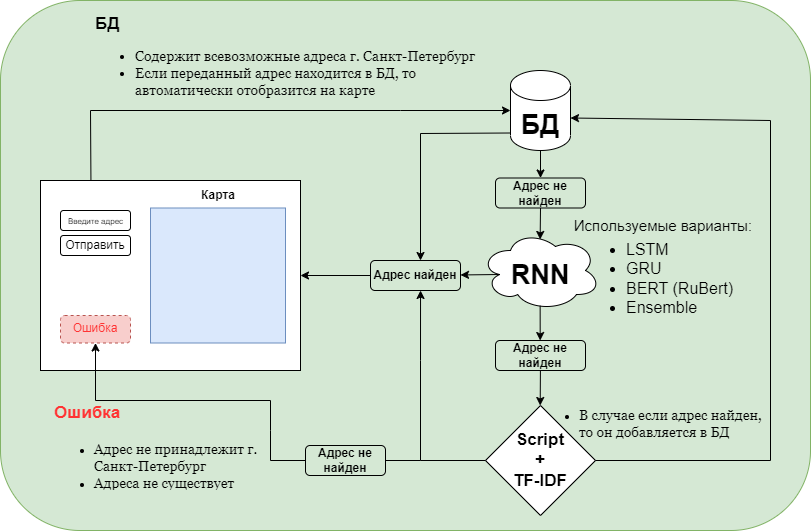
The draw.io diagram Scheme.png in VeryLittleAnna/hacks_ai, before a commit. Source tidied: cells renumbered, new cells last; positions are measured from the earlier drawing's top-left corner, leaving out a move shared by most shapes.
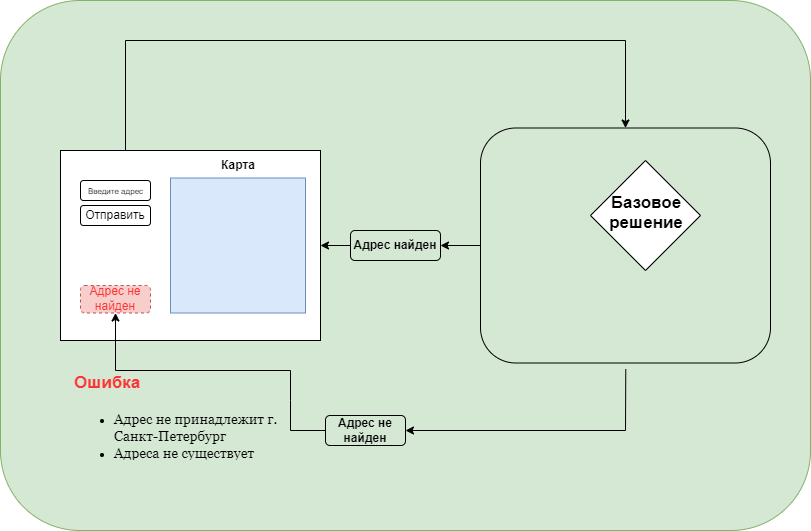
The same diagram one commit later.

The edit, as a diff of the source:
```diff
@@ -3,11 +3,8 @@
     <mxCell id="0" />
     <mxCell id="1" parent="0" />
     <mxCell id="2" style="rounded=1;whiteSpace=wrap;html=1;fillColor=#d5e8d4;strokeColor=#82b366;" parent="1" vertex="1">
-      <mxGeometry width="810" height="530" as="geometry" />
+      <mxGeometry x="-20" y="30" width="810" height="530" as="geometry" />
     </mxCell>
-    <mxCell id="3" style="shape=cylinder3;whiteSpace=wrap;html=1;boundedLbl=1;backgroundOutline=1;size=15;" parent="1" vertex="1">
-      <mxGeometry x="510" y="70" width="60" height="80" as="geometry" />
-    </mxCell>
     <mxCell id="4" style="rounded=0;whiteSpace=wrap;html=1;" parent="1" vertex="1">
       <mxGeometry x="40" y="180" width="260" height="190" as="geometry" />
     </mxCell>
@@ -32,119 +29,30 @@
     <mxCell id="11" style="rounded=1;whiteSpace=wrap;html=1;dashed=1;fillColor=#f8cecc;strokeColor=#b85450;" parent="1" vertex="1">
       <mxGeometry x="60" y="315" width="70" height="27.5" as="geometry" />
     </mxCell>
-    <mxCell id="12" value="&lt;font color=&quot;#ff3333&quot;&gt;Ошибка&lt;/font&gt;" style="text;html=1;strokeColor=none;fillColor=none;align=center;verticalAlign=middle;whiteSpace=wrap;rounded=0;" parent="1" vertex="1">
+    <mxCell id="12" value="&lt;font color=&quot;#ff3333&quot;&gt;Адрес не найден&lt;/font&gt;" style="text;html=1;strokeColor=none;fillColor=none;align=center;verticalAlign=middle;whiteSpace=wrap;rounded=0;" parent="1" vertex="1">
       <mxGeometry x="65" y="312.5" width="60" height="30" as="geometry" />
     </mxCell>
-    <mxCell id="13" value="&lt;font style=&quot;font-size: 27px;&quot;&gt;&lt;b&gt;БД&lt;/b&gt;&lt;/font&gt;" style="text;html=1;strokeColor=none;fillColor=none;align=center;verticalAlign=middle;whiteSpace=wrap;rounded=0;" parent="1" vertex="1">
-      <mxGeometry x="510" y="110" width="60" height="30" as="geometry" />
-    </mxCell>
-    <mxCell id="14" style="endArrow=classic;html=1;rounded=0;entryX=0;entryY=0;entryDx=0;entryDy=0;exitX=0.194;exitY=0;exitDx=0;exitDy=0;exitPerimeter=0;" parent="1" edge="1" source="4" target="13">
-      <mxGeometry relative="1" as="geometry">
-        <Array as="points">
-          <mxPoint x="90" y="110" />
-          <mxPoint x="400" y="110" />
-        </Array>
-      </mxGeometry>
-    </mxCell>
-    <mxCell id="15" value="&lt;h3&gt;&lt;font style=&quot;font-size: 17px;&quot;&gt;БД&lt;/font&gt;&lt;/h3&gt;&lt;h3 style=&quot;font-size: 14px;&quot;&gt;&lt;ul&gt;&lt;li&gt;&lt;span style=&quot;font-weight: normal;&quot;&gt;&lt;font style=&quot;font-size: 14px;&quot; face=&quot;Georgia&quot;&gt;Содержит всевозможные адреса г. Санкт-Петербург&lt;/font&gt;&lt;/span&gt;&lt;/li&gt;&lt;li&gt;&lt;span style=&quot;font-weight: normal;&quot;&gt;&lt;font style=&quot;font-size: 14px;&quot; face=&quot;Georgia&quot;&gt;Если переданный адрес находится в БД, то автоматически отобразится на карте&lt;/font&gt;&lt;/span&gt;&lt;/li&gt;&lt;/ul&gt;&lt;/h3&gt;&lt;p&gt;&lt;/p&gt;" style="text;html=1;strokeColor=none;fillColor=none;spacing=5;spacingTop=-20;whiteSpace=wrap;overflow=hidden;rounded=0;" parent="1" vertex="1">
-      <mxGeometry x="90" y="10" width="410" height="100" as="geometry" />
-    </mxCell>
-    <mxCell id="16" style="ellipse;shape=cloud;whiteSpace=wrap;html=1;" parent="1" vertex="1">
-      <mxGeometry x="480" y="230" width="120" height="80" as="geometry" />
-    </mxCell>
-    <mxCell id="17" value="&lt;font style=&quot;font-size: 27px;&quot;&gt;&lt;b&gt;RNN&lt;/b&gt;&lt;/font&gt;" style="text;html=1;strokeColor=none;fillColor=none;align=center;verticalAlign=middle;whiteSpace=wrap;rounded=0;" parent="1" vertex="1">
-      <mxGeometry x="510" y="260" width="60" height="30" as="geometry" />
-    </mxCell>
-    <mxCell id="18" style="endArrow=classic;html=1;rounded=0;exitX=0.5;exitY=1;exitDx=0;exitDy=0;entryX=0.497;entryY=0.112;entryDx=0;entryDy=0;entryPerimeter=0;" parent="1" edge="1" source="23" target="16">
-      <mxGeometry relative="1" as="geometry" />
-    </mxCell>
-    <mxCell id="19" value="&lt;ul style=&quot;font-size: 16px;&quot;&gt;&lt;li&gt;LSTM&lt;/li&gt;&lt;li&gt;GRU&lt;/li&gt;&lt;li&gt;BERT (RuBert)&lt;/li&gt;&lt;li&gt;Ensemble&lt;/li&gt;&lt;/ul&gt;" style="text;strokeColor=none;fillColor=none;align=left;verticalAlign=middle;spacingLeft=4;spacingRight=4;overflow=hidden;whiteSpace=wrap;html=1;" parent="1" vertex="1">
-      <mxGeometry x="580" y="212.5" width="170" height="130" as="geometry" />
-    </mxCell>
     <mxCell id="20" style="endArrow=classic;html=1;rounded=0;entryX=1;entryY=0.5;entryDx=0;entryDy=0;exitX=0;exitY=0.5;exitDx=0;exitDy=0;" parent="1" edge="1" source="22" target="4">
       <mxGeometry relative="1" as="geometry" />
     </mxCell>
     <mxCell id="21" value="&lt;b&gt;Адрес найден&lt;/b&gt;" style="text;html=1;strokeColor=none;fillColor=none;align=center;verticalAlign=middle;whiteSpace=wrap;rounded=0;" parent="1" vertex="1">
-      <mxGeometry x="370" y="260" width="90" height="30" as="geometry" />
+      <mxGeometry x="330" y="260" width="90" height="30" as="geometry" />
     </mxCell>
     <mxCell id="22" style="rounded=1;whiteSpace=wrap;html=1;fillColor=none;" parent="1" vertex="1">
-      <mxGeometry x="370" y="260" width="90" height="30" as="geometry" />
+      <mxGeometry x="330" y="260" width="90" height="30" as="geometry" />
     </mxCell>
-    <mxCell id="23" style="rounded=1;whiteSpace=wrap;html=1;fillColor=none;" parent="1" vertex="1">
-      <mxGeometry x="495" y="177.5" width="90" height="30" as="geometry" />
-    </mxCell>
-    <mxCell id="24" value="&lt;b&gt;Адрес не найден&lt;/b&gt;" style="text;html=1;strokeColor=none;fillColor=none;align=center;verticalAlign=middle;whiteSpace=wrap;rounded=0;" parent="1" vertex="1">
-      <mxGeometry x="495" y="177.5" width="90" height="30" as="geometry" />
-    </mxCell>
-    <mxCell id="25" value="&lt;font style=&quot;font-size: 15px;&quot;&gt;Используемые варианты:&amp;nbsp;&lt;/font&gt;" style="text;html=1;strokeColor=none;fillColor=none;align=center;verticalAlign=middle;whiteSpace=wrap;rounded=0;" parent="1" vertex="1">
-      <mxGeometry x="570" y="210" width="190" height="30" as="geometry" />
-    </mxCell>
-    <mxCell id="26" style="endArrow=classic;html=1;rounded=0;exitX=0;exitY=0.75;exitDx=0;exitDy=0;" parent="1" edge="1" source="13">
-      <mxGeometry relative="1" as="geometry">
-        <mxPoint x="420" y="260" as="targetPoint" />
-        <Array as="points">
-          <mxPoint x="420" y="133" />
-        </Array>
-      </mxGeometry>
-    </mxCell>
-    <mxCell id="27" style="endArrow=classic;html=1;rounded=0;exitX=0.16;exitY=0.55;exitDx=0;exitDy=0;exitPerimeter=0;" parent="1" edge="1" source="16" target="22">
-      <mxGeometry relative="1" as="geometry" />
-    </mxCell>
-    <mxCell id="28" style="endArrow=classic;html=1;rounded=0;exitX=0.5;exitY=1;exitDx=0;exitDy=0;exitPerimeter=0;entryX=0.5;entryY=0;entryDx=0;entryDy=0;" parent="1" edge="1" source="3" target="24">
-      <mxGeometry relative="1" as="geometry" />
-    </mxCell>
     <mxCell id="29" style="rhombus;whiteSpace=wrap;html=1;" parent="1" vertex="1">
-      <mxGeometry x="485" y="405" width="110" height="110" as="geometry" />
+      <mxGeometry x="570" y="190" width="110" height="110" as="geometry" />
     </mxCell>
-    <mxCell id="30" value="&lt;font style=&quot;font-size: 17px;&quot;&gt;&lt;b&gt;Script &lt;br&gt;+ &lt;br&gt;TF-IDF&lt;/b&gt;&lt;/font&gt;" style="text;html=1;strokeColor=none;fillColor=none;align=center;verticalAlign=middle;whiteSpace=wrap;rounded=0;" parent="1" vertex="1">
-      <mxGeometry x="510" y="445" width="60" height="30" as="geometry" />
+    <mxCell id="30" value="&lt;font style=&quot;font-size: 17px;&quot;&gt;&lt;b&gt;Базовое решение&lt;br&gt;&lt;br&gt;&lt;/b&gt;&lt;/font&gt;" style="text;html=1;strokeColor=none;fillColor=none;align=center;verticalAlign=middle;whiteSpace=wrap;rounded=0;" parent="1" vertex="1">
+      <mxGeometry x="596" y="238" width="60" height="30" as="geometry" />
     </mxCell>
-    <mxCell id="31" style="endArrow=classic;html=1;rounded=0;entryX=0.497;entryY=0.112;entryDx=0;entryDy=0;entryPerimeter=0;" parent="1" edge="1" source="33">
-      <mxGeometry relative="1" as="geometry">
-        <mxPoint x="539.7" y="405" as="targetPoint" />
-      </mxGeometry>
-    </mxCell>
-    <mxCell id="32" value="&lt;b&gt;Адрес не найден&lt;/b&gt;" style="text;html=1;strokeColor=none;fillColor=none;align=center;verticalAlign=middle;whiteSpace=wrap;rounded=0;" parent="1" vertex="1">
-      <mxGeometry x="495" y="340" width="90" height="30" as="geometry" />
-    </mxCell>
-    <mxCell id="33" style="rounded=1;whiteSpace=wrap;html=1;fillColor=none;" parent="1" vertex="1">
-      <mxGeometry x="495" y="340" width="90" height="30" as="geometry" />
-    </mxCell>
-    <mxCell id="34" style="endArrow=classic;html=1;rounded=0;exitX=0.497;exitY=0.939;exitDx=0;exitDy=0;exitPerimeter=0;entryX=0.5;entryY=0;entryDx=0;entryDy=0;" parent="1" edge="1" source="16">
-      <mxGeometry relative="1" as="geometry">
-        <mxPoint x="539.7" y="340" as="targetPoint" />
-      </mxGeometry>
-    </mxCell>
-    <mxCell id="35" style="endArrow=classic;html=1;rounded=0;exitX=0;exitY=0.5;exitDx=0;exitDy=0;entryX=0.556;entryY=1;entryDx=0;entryDy=0;entryPerimeter=0;" parent="1" edge="1" source="29" target="22">
-      <mxGeometry relative="1" as="geometry">
-        <Array as="points">
-          <mxPoint x="420" y="460" />
-          <mxPoint x="420" y="360" />
-        </Array>
-      </mxGeometry>
-    </mxCell>
     <mxCell id="36" value="&lt;h1&gt;&lt;span style=&quot;background-color: initial;&quot;&gt;&lt;font color=&quot;#ff3333&quot; style=&quot;font-size: 17px;&quot;&gt;Ошибка&lt;/font&gt;&lt;/span&gt;&lt;/h1&gt;&lt;p&gt;&lt;/p&gt;&lt;ul&gt;&lt;li&gt;&lt;span style=&quot;background-color: initial; font-weight: normal;&quot;&gt;&lt;font style=&quot;font-size: 14px;&quot; face=&quot;Georgia&quot;&gt;Адрес не принадлежит г. Санкт-Петербург&amp;nbsp;&lt;/font&gt;&lt;/span&gt;&lt;/li&gt;&lt;li&gt;&lt;span style=&quot;background-color: initial; font-weight: normal;&quot;&gt;&lt;font style=&quot;font-size: 14px;&quot; face=&quot;Georgia&quot;&gt;Адреса не существует&lt;/font&gt;&lt;/span&gt;&lt;/li&gt;&lt;/ul&gt;&lt;p&gt;&lt;/p&gt;" style="text;html=1;strokeColor=none;fillColor=none;spacing=5;spacingTop=-20;whiteSpace=wrap;overflow=hidden;rounded=0;" parent="1" vertex="1">
       <mxGeometry x="49" y="390" width="242" height="100" as="geometry" />
     </mxCell>
-    <mxCell id="37" style="endArrow=classic;html=1;rounded=0;entryX=1;entryY=0.25;entryDx=0;entryDy=0;exitX=1;exitY=0.5;exitDx=0;exitDy=0;" parent="1" edge="1" source="29" target="13">
-      <mxGeometry relative="1" as="geometry">
-        <Array as="points">
-          <mxPoint x="770" y="460" />
-          <mxPoint x="770" y="120" />
-        </Array>
-      </mxGeometry>
-    </mxCell>
-    <mxCell id="38" value="&lt;ul&gt;&lt;li&gt;&lt;font style=&quot;font-size: 14px;&quot; face=&quot;Georgia&quot;&gt;В случае если адрес найден, то он добавляется в БД&lt;/font&gt;&lt;/li&gt;&lt;/ul&gt;" style="text;html=1;strokeColor=none;fillColor=none;align=left;verticalAlign=middle;whiteSpace=wrap;rounded=0;" parent="1" vertex="1">
-      <mxGeometry x="537" y="370" width="230" height="105" as="geometry" />
-    </mxCell>
     <mxCell id="39" style="rounded=1;whiteSpace=wrap;html=1;fillColor=none;" parent="1" vertex="1">
       <mxGeometry x="305" y="445" width="80" height="30" as="geometry" />
     </mxCell>
-    <mxCell id="40" style="endArrow=none;html=1;rounded=0;entryX=1;entryY=0.5;entryDx=0;entryDy=0;" parent="1" edge="1" target="39">
-      <mxGeometry relative="1" as="geometry">
-        <mxPoint x="420" y="460" as="sourcePoint" />
-      </mxGeometry>
-    </mxCell>
     <mxCell id="41" style="endArrow=classic;html=1;rounded=0;entryX=0.5;entryY=1;entryDx=0;entryDy=0;exitX=0;exitY=0.5;exitDx=0;exitDy=0;" parent="1" edge="1" source="39" target="12">
       <mxGeometry relative="1" as="geometry">
         <Array as="points">
@@ -158,5 +66,27 @@
     <mxCell id="42" value="&lt;b&gt;Адрес не найден&lt;/b&gt;" style="text;html=1;strokeColor=none;fillColor=none;align=center;verticalAlign=middle;whiteSpace=wrap;rounded=0;" parent="1" vertex="1">
       <mxGeometry x="300" y="445" width="90" height="30" as="geometry" />
     </mxCell>
+    <mxCell id="43" style="rounded=1;whiteSpace=wrap;html=1;fillColor=none;" parent="1" vertex="1">
+      <mxGeometry x="460" y="157.5" width="290" height="235" as="geometry" />
+    </mxCell>
+    <mxCell id="44" style="endArrow=classic;html=1;rounded=0;exitX=0;exitY=0.5;exitDx=0;exitDy=0;entryX=1;entryY=0.5;entryDx=0;entryDy=0;" parent="1" edge="1" source="43" target="22">
+      <mxGeometry relative="1" as="geometry" />
+    </mxCell>
+    <mxCell id="45" style="endArrow=classic;html=1;rounded=0;exitX=0.196;exitY=1.028;exitDx=0;exitDy=0;exitPerimeter=0;entryX=1;entryY=0.5;entryDx=0;entryDy=0;" parent="1" edge="1" target="39">
+      <mxGeometry relative="1" as="geometry">
+        <mxPoint x="605.3" y="398.6" as="sourcePoint" />
+        <Array as="points">
+          <mxPoint x="605" y="460" />
+        </Array>
+      </mxGeometry>
+    </mxCell>
+    <mxCell id="46" style="endArrow=classic;html=1;rounded=0;exitX=0.25;exitY=0;exitDx=0;exitDy=0;entryX=0.5;entryY=0;entryDx=0;entryDy=0;" parent="1" edge="1" source="4" target="43">
+      <mxGeometry relative="1" as="geometry">
+        <Array as="points">
+          <mxPoint x="105" y="70" />
+          <mxPoint x="605" y="70" />
+        </Array>
+      </mxGeometry>
+    </mxCell>
   </root>
 </mxGraphModel>
```
